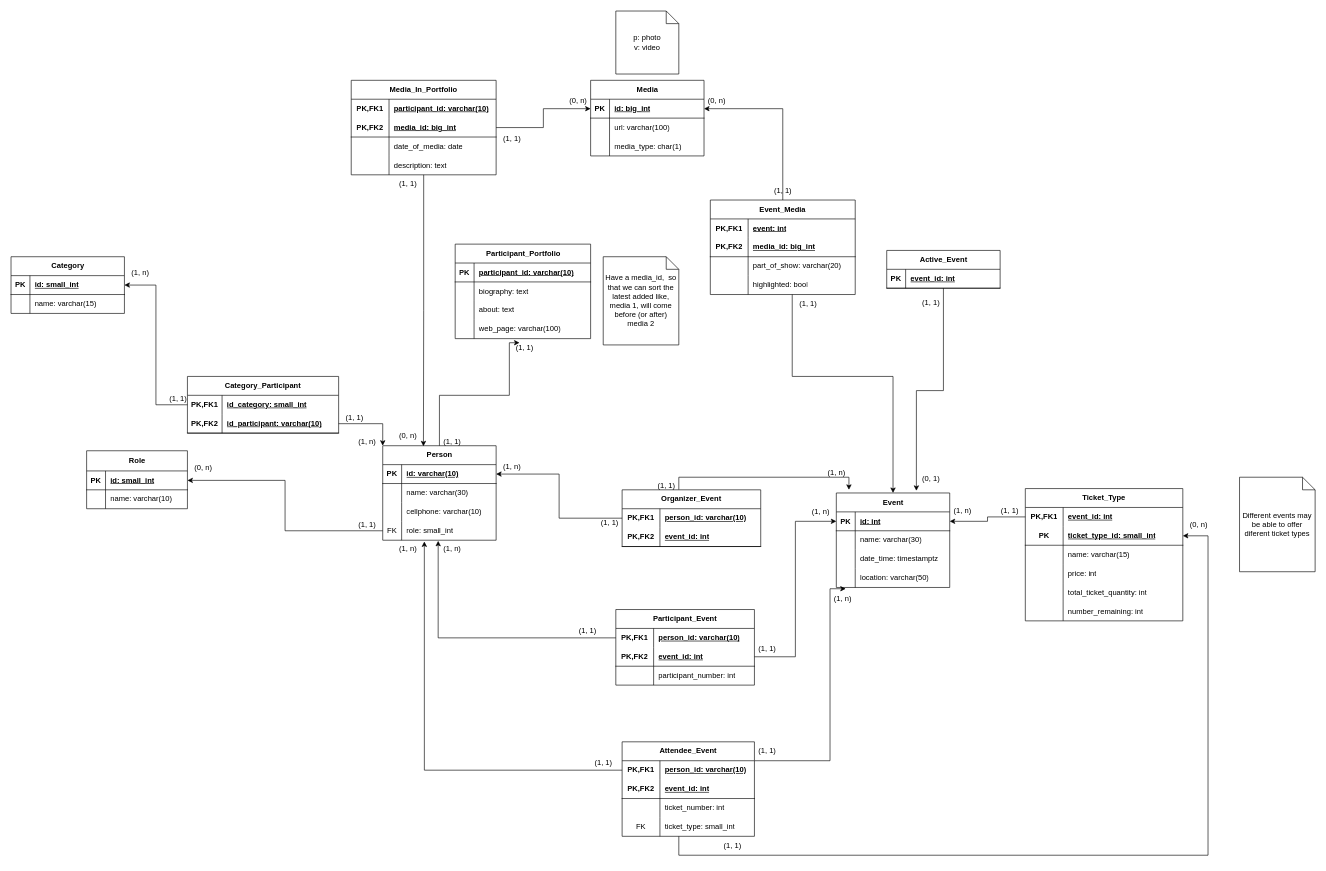
Earlier version of the draw.io diagram DataBaseDiagram.drawio (Laughcheeta1/ImplementationMidterm). Source tidied: cells renumbered, new cells numbered last; positions are measured from the earlier drawing's top-left corner, leaving out a move shared by most shapes. Both pictures are drawn from the tidied source at 63%, with x=0, y=0 at pixel (11, 11).
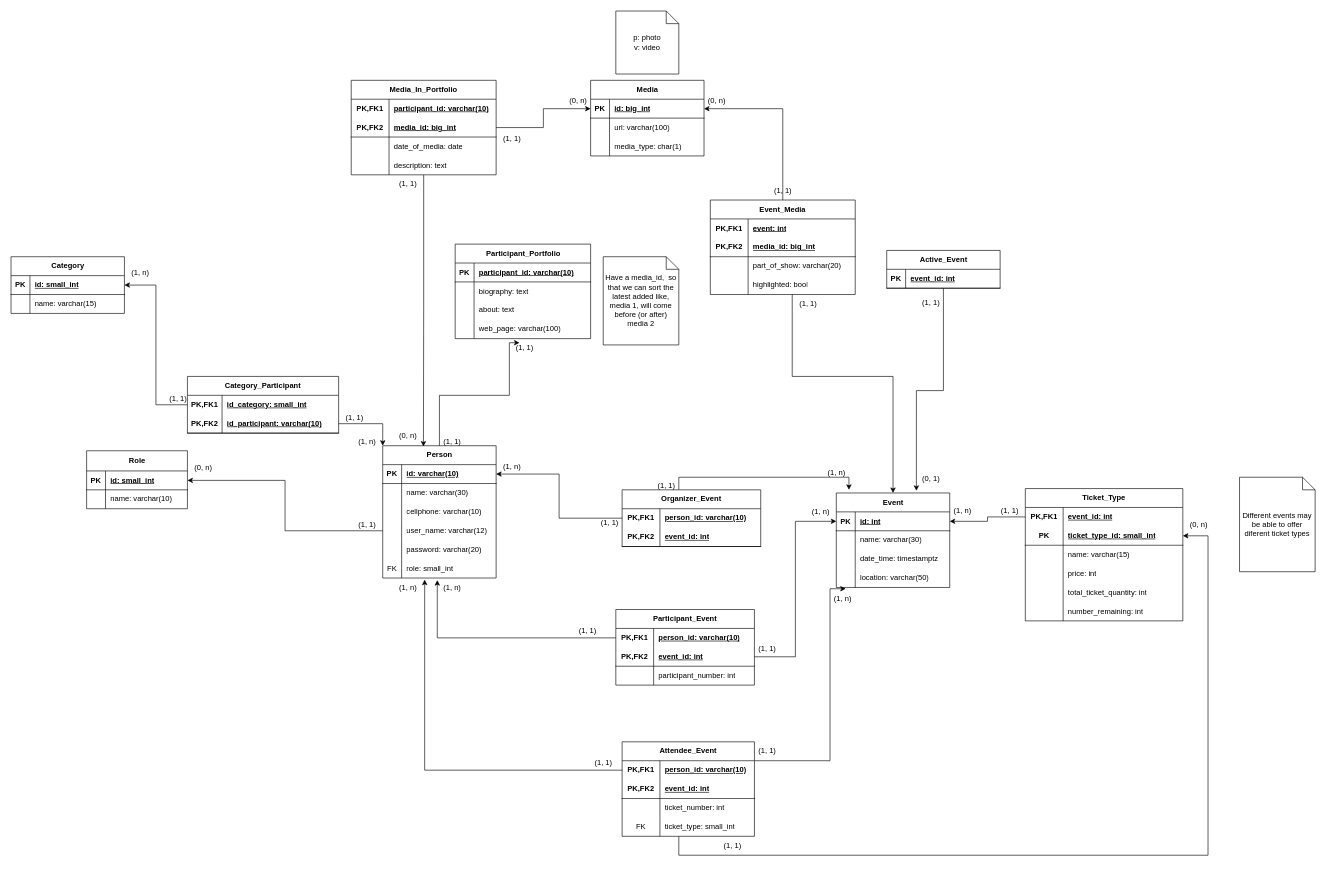
Above is the later version.

Unchanged cells that the change refers to:
```xml
<mxCell id="49" style="shape=tableRow;horizontal=0;startSize=0;swimlaneHead=0;swimlaneBody=0;fillColor=none;points=[[0,0.5],[1,0.5]];portConstraint=eastwest;top=0;left=0;right=0;bottom=0;" parent="39" vertex="1">
  <mxGeometry y="120" width="180" height="30" as="geometry" />
</mxCell>
<mxCell id="61" style="shape=tableRow;horizontal=0;startSize=0;swimlaneHead=0;swimlaneBody=0;fillColor=none;points=[[0,0.5],[1,0.5]];portConstraint=eastwest;top=0;left=0;right=0;bottom=0;html=1;" parent="60" vertex="1">
  <mxGeometry y="30" width="220" height="30" as="geometry" />
</mxCell>
<mxCell id="73" style="shape=tableRow;horizontal=0;startSize=0;swimlaneHead=0;swimlaneBody=0;fillColor=none;points=[[0,0.5],[1,0.5]];portConstraint=eastwest;top=0;left=0;right=0;bottom=0;html=1;" parent="72" vertex="1">
  <mxGeometry y="30" width="210" height="30" as="geometry" />
</mxCell>
```

Diff of the diagram source:
```diff
@@
     <mxCell id="39" value="Person" style="shape=table;startSize=30;childLayout=tableLayout;rowLines=0;fontStyle=1;align=center;html=1;" parent="1" vertex="1">
-      <mxGeometry x="590" y="690" width="180" height="150" as="geometry" />
+      <mxGeometry x="590" y="690" width="180" height="210" as="geometry" />
     </mxCell>
@@
-    <mxCell id="50" value="FK" style="shape=partialRectangle;fillColor=none;top=0;left=0;bottom=0;right=0;overflow=hidden;whiteSpace=wrap;html=1;" parent="49" vertex="1">
+    <mxCell id="50" style="shape=partialRectangle;fillColor=none;top=0;left=0;bottom=0;right=0;overflow=hidden;whiteSpace=wrap;html=1;" parent="49" vertex="1">
       <mxGeometry width="30" height="30" as="geometry" />
     </mxCell>
-    <mxCell id="51" value="role: small_int" style="shape=partialRectangle;fillColor=none;top=0;left=0;bottom=0;right=0;align=left;spacingLeft=6;overflow=hidden;whiteSpace=wrap;html=1;" parent="49" vertex="1">
+    <mxCell id="51" value="user_name: varchar(12)" style="shape=partialRectangle;fillColor=none;top=0;left=0;bottom=0;right=0;align=left;spacingLeft=6;overflow=hidden;whiteSpace=wrap;html=1;" parent="49" vertex="1">
       <mxGeometry x="30" width="150" height="30" as="geometry" />
     </mxCell>
+    <mxCell id="204" style="shape=tableRow;horizontal=0;startSize=0;swimlaneHead=0;swimlaneBody=0;fillColor=none;top=0;left=0;right=0;bottom=0;" parent="39" vertex="1">
+      <mxGeometry y="150" width="180" height="30" as="geometry" />
+    </mxCell>
+    <mxCell id="205" style="shape=partialRectangle;fillColor=none;top=0;left=0;bottom=0;right=0;overflow=hidden;whiteSpace=wrap;html=1;" parent="204" vertex="1">
+      <mxGeometry width="30" height="30" as="geometry" />
+    </mxCell>
+    <mxCell id="206" value="password: varchar(20)" style="shape=partialRectangle;fillColor=none;top=0;left=0;bottom=0;right=0;align=left;spacingLeft=6;overflow=hidden;whiteSpace=wrap;html=1;" parent="204" vertex="1">
+      <mxGeometry x="30" width="150" height="30" as="geometry" />
+    </mxCell>
+    <mxCell id="207" style="shape=tableRow;horizontal=0;startSize=0;swimlaneHead=0;swimlaneBody=0;fillColor=none;top=0;left=0;right=0;bottom=0;" parent="39" vertex="1">
+      <mxGeometry y="180" width="180" height="30" as="geometry" />
+    </mxCell>
+    <mxCell id="208" value="FK" style="shape=partialRectangle;fillColor=none;top=0;left=0;bottom=0;right=0;overflow=hidden;whiteSpace=wrap;html=1;" parent="207" vertex="1">
+      <mxGeometry width="30" height="30" as="geometry" />
+    </mxCell>
+    <mxCell id="209" value="role: small_int" style="shape=partialRectangle;fillColor=none;top=0;left=0;bottom=0;right=0;align=left;spacingLeft=6;overflow=hidden;whiteSpace=wrap;html=1;" parent="207" vertex="1">
+      <mxGeometry x="30" width="150" height="30" as="geometry" />
+    </mxCell>
@@
-    <mxCell id="167" style="edgeStyle=orthogonalEdgeStyle;rounded=0;jettySize=auto;html=1;entryX=0.489;entryY=1.033;entryDx=0;entryDy=0;entryPerimeter=0;" parent="1" edge="1" source="61" target="49">
+    <mxCell id="167" style="edgeStyle=orthogonalEdgeStyle;rounded=0;jettySize=auto;html=1;entryX=0.032;entryY=0.113;entryDx=0;entryDy=0;entryPerimeter=0;" parent="1" edge="1" source="61" target="197">
       <mxGeometry relative="1" as="geometry" />
     </mxCell>
-    <mxCell id="168" style="edgeStyle=orthogonalEdgeStyle;rounded=0;jettySize=auto;html=1;entryX=0.367;entryY=1.067;entryDx=0;entryDy=0;entryPerimeter=0;" parent="1" edge="1" source="73" target="49">
+    <mxCell id="168" style="edgeStyle=orthogonalEdgeStyle;rounded=0;jettySize=auto;html=1;entryX=1.032;entryY=0.087;entryDx=0;entryDy=0;entryPerimeter=0;" parent="1" edge="1" source="73" target="196">
       <mxGeometry relative="1" as="geometry">
         <Array as="points">
-          <mxPoint x="656" y="1205" />
+          <mxPoint x="657" y="1205" />
         </Array>
       </mxGeometry>
     </mxCell>
@@
     <mxCell id="196" value="(1, n)" style="text;html=1;align=center;verticalAlign=middle;points=[];strokeColor=none;fillColor=none;" parent="1" vertex="1">
-      <mxGeometry x="605" y="838" width="50" height="30" as="geometry" />
+      <mxGeometry x="605" y="900" width="50" height="30" as="geometry" />
     </mxCell>
     <mxCell id="197" value="(1, n)" style="text;html=1;align=center;verticalAlign=middle;points=[];strokeColor=none;fillColor=none;" parent="1" vertex="1">
-      <mxGeometry x="675" y="838" width="50" height="30" as="geometry" />
+      <mxGeometry x="675" y="900" width="50" height="30" as="geometry" />
     </mxCell>
```
